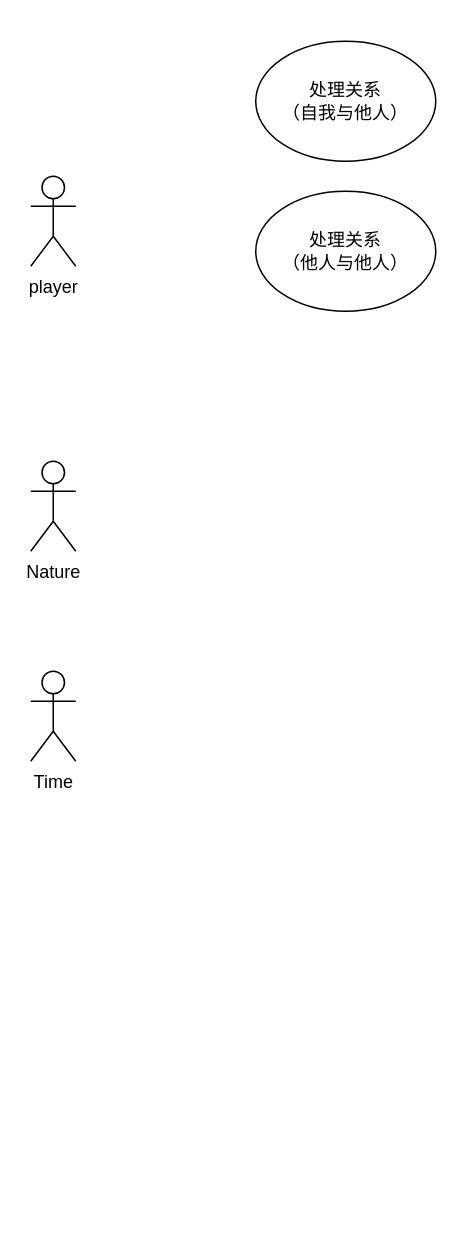
Adamlixi/adamblog.github.io keeps this draw.io diagram as 未命名绘图.drawio. Above is the earlier version. Source tidied: cells renumbered, new cells numbered last; positions are measured from the earlier drawing's top-left corner, leaving out a move shared by most shapes. Both pictures are drawn from the tidied source at 150%, with x=0, y=0 at pixel (30, 40).
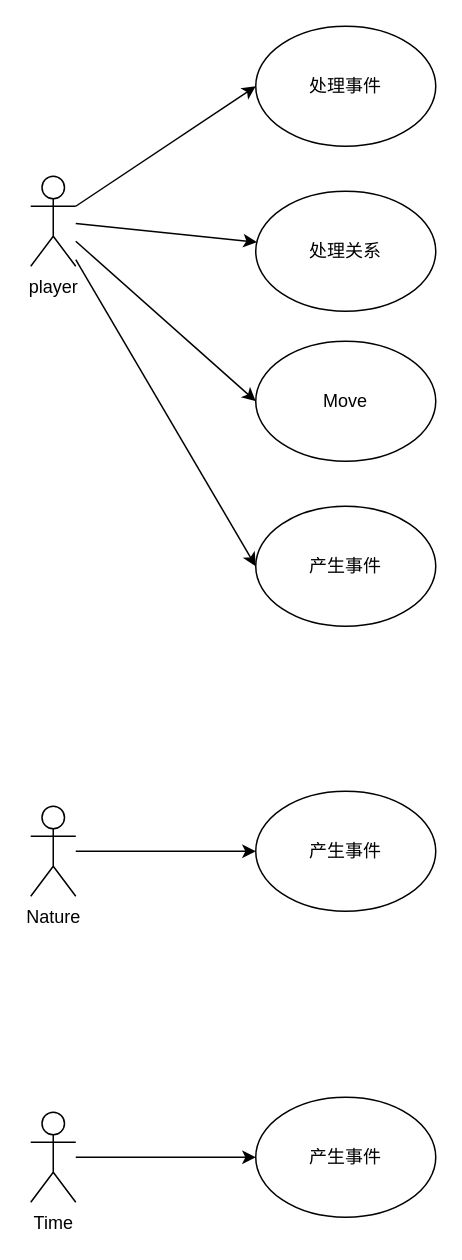
The same page after the edit.

Commit message:
更新未命名绘图.drawio

Diff of the diagram source:
```diff
@@
 <mxGraphModel>
   <root>
     <mxCell id="0" />
     <mxCell id="1" parent="0" />
+    <mxCell id="7" style="edgeStyle=none;rounded=0;jettySize=auto;html=1;" parent="1" edge="1" source="2" target="6">
+      <mxGeometry relative="1" as="geometry" />
+    </mxCell>
+    <mxCell id="8" style="edgeStyle=none;rounded=0;jettySize=auto;html=1;entryX=0;entryY=0.5;entryDx=0;entryDy=0;" parent="1" edge="1" source="2" target="13">
+      <mxGeometry relative="1" as="geometry" />
+    </mxCell>
+    <mxCell id="9" style="edgeStyle=none;rounded=0;jettySize=auto;html=1;entryX=0;entryY=0.5;entryDx=0;entryDy=0;" parent="1" edge="1" source="2" target="14">
+      <mxGeometry relative="1" as="geometry" />
+    </mxCell>
+    <mxCell id="10" style="edgeStyle=none;rounded=0;jettySize=auto;html=1;entryX=0;entryY=0.5;entryDx=0;entryDy=0;" parent="1" edge="1" source="2" target="16">
+      <mxGeometry relative="1" as="geometry" />
+    </mxCell>
     <mxCell id="2" value="player" style="shape=umlActor;verticalLabelPosition=bottom;verticalAlign=top;html=1;outlineConnect=0;" parent="1" vertex="1">
       <mxGeometry y="90" width="30" height="60" as="geometry" />
     </mxCell>
-    <mxCell id="3" value="处理关系&lt;br&gt;（自我与他人）" style="ellipse;whiteSpace=wrap;html=1;" parent="1" vertex="1">
-      <mxGeometry x="150" width="120" height="80" as="geometry" />
-    </mxCell>
+    <mxCell id="11" style="edgeStyle=none;rounded=0;jettySize=auto;html=1;" parent="1" edge="1" source="4" target="15">
+      <mxGeometry relative="1" as="geometry" />
+    </mxCell>
     <mxCell id="4" value="Nature" style="shape=umlActor;verticalLabelPosition=bottom;verticalAlign=top;html=1;outlineConnect=0;" parent="1" vertex="1">
-      <mxGeometry y="280" width="30" height="60" as="geometry" />
+      <mxGeometry y="510" width="30" height="60" as="geometry" />
     </mxCell>
+    <mxCell id="12" style="edgeStyle=none;rounded=0;jettySize=auto;html=1;" parent="1" edge="1" source="5" target="17">
+      <mxGeometry relative="1" as="geometry" />
+    </mxCell>
     <mxCell id="5" value="Time" style="shape=umlActor;verticalLabelPosition=bottom;verticalAlign=top;html=1;outlineConnect=0;" parent="1" vertex="1">
-      <mxGeometry y="420" width="30" height="60" as="geometry" />
+      <mxGeometry y="714" width="30" height="60" as="geometry" />
     </mxCell>
-    <mxCell id="6" value="处理关系&lt;br&gt;（他人与他人）" style="ellipse;whiteSpace=wrap;html=1;" parent="1" vertex="1">
+    <mxCell id="6" value="处理关系" style="ellipse;whiteSpace=wrap;html=1;" parent="1" vertex="1">
       <mxGeometry x="150" y="100" width="120" height="80" as="geometry" />
     </mxCell>
+    <mxCell id="13" value="Move" style="ellipse;whiteSpace=wrap;html=1;" parent="1" vertex="1">
+      <mxGeometry x="150" y="200" width="120" height="80" as="geometry" />
+    </mxCell>
+    <mxCell id="14" value="处理事件" style="ellipse;whiteSpace=wrap;html=1;" parent="1" vertex="1">
+      <mxGeometry x="150" y="-10" width="120" height="80" as="geometry" />
+    </mxCell>
+    <mxCell id="15" value="产生事件" style="ellipse;whiteSpace=wrap;html=1;" parent="1" vertex="1">
+      <mxGeometry x="150" y="500" width="120" height="80" as="geometry" />
+    </mxCell>
+    <mxCell id="16" value="产生事件" style="ellipse;whiteSpace=wrap;html=1;" parent="1" vertex="1">
+      <mxGeometry x="150" y="310" width="120" height="80" as="geometry" />
+    </mxCell>
+    <mxCell id="17" value="产生事件" style="ellipse;whiteSpace=wrap;html=1;" parent="1" vertex="1">
+      <mxGeometry x="150" y="704" width="120" height="80" as="geometry" />
+    </mxCell>
   </root>
 </mxGraphModel>
```
